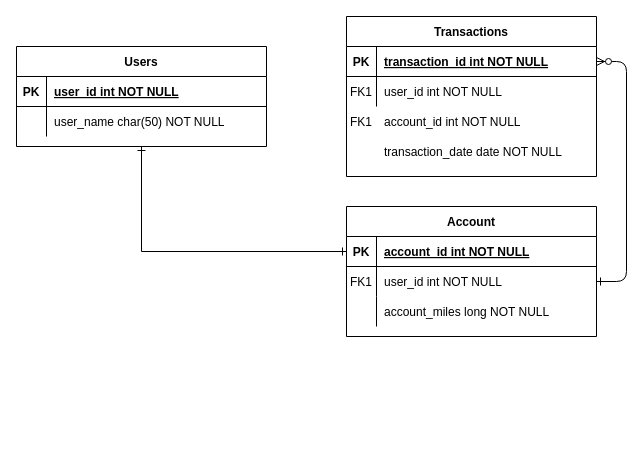
This is Account_System_ERD.drawio from ElHefe3/Account-System, a draw.io file, before an edit. Source tidied: cells renumbered, new cells numbered last; positions are measured from the earlier drawing's top-left corner, leaving out a move shared by most shapes. Both pictures are drawn from the tidied source at 100%, with x=0, y=0 at pixel (16, 16).
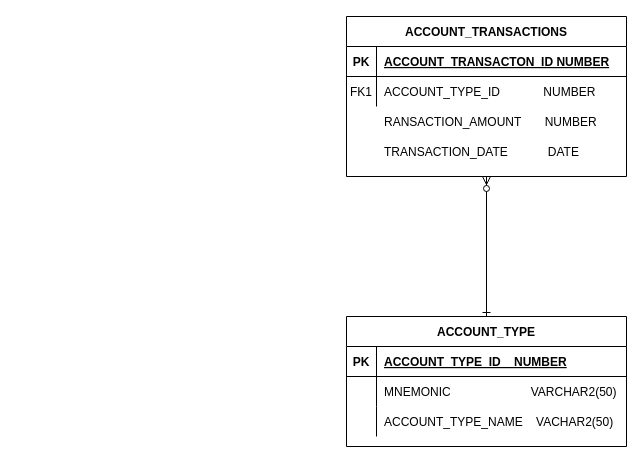
After the change.

Unchanged cells that the change refers to:
```xml
<mxCell id="27" style="shape=partialRectangle;fillColor=none;top=0;left=0;right=0;bottom=0;" parent="1" vertex="1">
  <mxGeometry x="330" y="90" width="250" height="30" as="geometry" />
</mxCell>
<mxCell id="30" style="shape=partialRectangle;fillColor=none;top=0;left=0;right=0;bottom=0;" parent="1" vertex="1">
  <mxGeometry x="330" y="120" width="250" height="30" as="geometry" />
</mxCell>
```

Change to the diagram source:
```diff
@@
-    <mxCell id="2" style="edgeStyle=entityRelationEdgeStyle;endArrow=ERone;startArrow=ERzeroToMany;endFill=0;startFill=1;" parent="1" edge="1" source="4" target="14">
-      <mxGeometry relative="1" as="geometry" />
-    </mxCell>
+    <mxCell id="34" style="edgeStyle=orthogonalEdgeStyle;rounded=0;jettySize=auto;html=1;fontColor=#33FF33;startArrow=ERzeroToMany;startFill=1;endArrow=ERone;endFill=0;" parent="1" edge="1" source="3" target="10">
+      <mxGeometry relative="1" as="geometry" />
+    </mxCell>
-    <mxCell id="3" value="Transactions" style="shape=table;startSize=30;childLayout=tableLayout;rowLines=0;fontStyle=1;align=center;" parent="1" vertex="1">
-      <mxGeometry x="330" width="250" height="160" as="geometry" />
+    <mxCell id="3" value="ACCOUNT_TRANSACTIONS" style="shape=table;startSize=30;childLayout=tableLayout;rowLines=0;fontStyle=1;align=center;" parent="1" vertex="1">
+      <mxGeometry x="330" width="280" height="160" as="geometry" />
     </mxCell>
     <mxCell id="4" style="shape=partialRectangle;fillColor=none;points=[[0,0.5],[1,0.5]];portConstraint=eastwest;top=0;left=0;right=0;bottom=1;" parent="3" vertex="1">
-      <mxGeometry y="30" width="250" height="30" as="geometry" />
+      <mxGeometry y="30" width="280" height="30" as="geometry" />
     </mxCell>
@@
-    <mxCell id="6" value="transaction_id int NOT NULL " style="shape=partialRectangle;overflow=hidden;fillColor=none;top=0;left=0;bottom=0;right=0;align=left;spacingLeft=6;fontStyle=5;" parent="4" vertex="1">
-      <mxGeometry x="30" width="220" height="30" as="geometry" />
+    <mxCell id="6" value="ACCOUNT_TRANSACTON_ID NUMBER" style="shape=partialRectangle;overflow=hidden;fillColor=none;top=0;left=0;bottom=0;right=0;align=left;spacingLeft=6;fontStyle=5;strokeColor=#33FF33;" parent="4" vertex="1">
+      <mxGeometry x="30" width="250" height="30" as="geometry" />
     </mxCell>
     <mxCell id="7" style="shape=partialRectangle;fillColor=none;top=0;left=0;right=0;bottom=0;" parent="3" vertex="1">
-      <mxGeometry y="60" width="250" height="30" as="geometry" />
+      <mxGeometry y="60" width="280" height="30" as="geometry" />
     </mxCell>
@@
-    <mxCell id="9" value="user_id int NOT NULL" style="shape=partialRectangle;overflow=hidden;fillColor=none;top=0;left=0;bottom=0;right=0;align=left;spacingLeft=6;" parent="7" vertex="1">
-      <mxGeometry x="30" width="220" height="30" as="geometry" />
+    <mxCell id="9" value="ACCOUNT_TYPE_ID             NUMBER" style="shape=partialRectangle;overflow=hidden;fillColor=none;top=0;left=0;bottom=0;right=0;align=left;spacingLeft=6;" parent="7" vertex="1">
+      <mxGeometry x="30" width="250" height="30" as="geometry" />
     </mxCell>
-    <mxCell id="10" value="Account" style="shape=table;startSize=30;childLayout=tableLayout;rowLines=0;fontStyle=1;align=center;" parent="1" vertex="1">
-      <mxGeometry x="330" y="190" width="250" height="130" as="geometry" />
+    <mxCell id="10" value="ACCOUNT_TYPE" style="shape=table;startSize=30;childLayout=tableLayout;rowLines=0;fontStyle=1;align=center;" parent="1" vertex="1">
+      <mxGeometry x="330" y="300" width="280" height="130" as="geometry" />
     </mxCell>
     <mxCell id="11" style="shape=partialRectangle;fillColor=none;points=[[0,0.5],[1,0.5]];portConstraint=eastwest;top=0;left=0;right=0;bottom=1;" parent="10" vertex="1">
-      <mxGeometry y="30" width="250" height="30" as="geometry" />
+      <mxGeometry y="30" width="280" height="30" as="geometry" />
     </mxCell>
@@
-    <mxCell id="13" value="account_id int NOT NULL " style="shape=partialRectangle;overflow=hidden;fillColor=none;top=0;left=0;bottom=0;right=0;align=left;spacingLeft=6;fontStyle=5;" parent="11" vertex="1">
-      <mxGeometry x="30" width="220" height="30" as="geometry" />
+    <mxCell id="13" value="ACCOUNT_TYPE_ID    NUMBER" style="shape=partialRectangle;overflow=hidden;fillColor=none;top=0;left=0;bottom=0;right=0;align=left;spacingLeft=6;fontStyle=5;" parent="11" vertex="1">
+      <mxGeometry x="30" width="250" height="30" as="geometry" />
     </mxCell>
     <mxCell id="14" style="shape=partialRectangle;fillColor=none;points=[[0,0.5],[1,0.5]];portConstraint=eastwest;top=0;left=0;right=0;bottom=0;" parent="10" vertex="1">
-      <mxGeometry y="60" width="250" height="30" as="geometry" />
+      <mxGeometry y="60" width="280" height="30" as="geometry" />
     </mxCell>
-    <mxCell id="15" value="FK1" style="shape=partialRectangle;overflow=hidden;fillColor=none;top=0;left=0;bottom=0;right=0;" parent="14" vertex="1">
+    <mxCell id="15" style="shape=partialRectangle;overflow=hidden;fillColor=none;top=0;left=0;bottom=0;right=0;" parent="14" vertex="1">
       <mxGeometry width="30" height="30" as="geometry" />
     </mxCell>
-    <mxCell id="16" value="user_id int NOT NULL" style="shape=partialRectangle;overflow=hidden;fillColor=none;top=0;left=0;bottom=0;right=0;align=left;spacingLeft=6;" parent="14" vertex="1">
-      <mxGeometry x="30" width="220" height="30" as="geometry" />
+    <mxCell id="16" value="MNEMONIC                        VARCHAR2(50)" style="shape=partialRectangle;overflow=hidden;fillColor=none;top=0;left=0;bottom=0;right=0;align=left;spacingLeft=6;" parent="14" vertex="1">
+      <mxGeometry x="30" width="250" height="30" as="geometry" />
     </mxCell>
     <mxCell id="17" style="shape=partialRectangle;fillColor=none;top=0;left=0;right=0;bottom=0;" parent="10" vertex="1">
-      <mxGeometry y="90" width="250" height="30" as="geometry" />
+      <mxGeometry y="90" width="280" height="30" as="geometry" />
     </mxCell>
@@
-    <mxCell id="19" value="account_miles long NOT NULL" style="shape=partialRectangle;overflow=hidden;fillColor=none;top=0;left=0;bottom=0;right=0;align=left;spacingLeft=6;" parent="17" vertex="1">
-      <mxGeometry x="30" width="220" height="30" as="geometry" />
+    <mxCell id="19" value="ACCOUNT_TYPE_NAME    VACHAR2(50)" style="shape=partialRectangle;overflow=hidden;fillColor=none;top=0;left=0;bottom=0;right=0;align=left;spacingLeft=6;" parent="17" vertex="1">
+      <mxGeometry x="30" width="250" height="30" as="geometry" />
     </mxCell>
-    <mxCell id="20" value="Users" style="shape=table;startSize=30;childLayout=tableLayout;rowLines=0;fontStyle=1;align=center;" parent="1" vertex="1">
-      <mxGeometry y="30" width="250" height="100" as="geometry" />
-    </mxCell>
-    <mxCell id="21" style="shape=partialRectangle;fillColor=none;top=0;left=0;right=0;bottom=1;" parent="20" vertex="1">
-      <mxGeometry y="30" width="250" height="30" as="geometry" />
-    </mxCell>
-    <mxCell id="22" value="PK" style="shape=partialRectangle;overflow=hidden;fillColor=none;top=0;left=0;bottom=0;right=0;fontStyle=1;" parent="21" vertex="1">
-      <mxGeometry width="30" height="30" as="geometry" />
-    </mxCell>
-    <mxCell id="23" value="user_id int NOT NULL " style="shape=partialRectangle;overflow=hidden;fillColor=none;top=0;left=0;bottom=0;right=0;align=left;spacingLeft=6;fontStyle=5;" parent="21" vertex="1">
-      <mxGeometry x="30" width="220" height="30" as="geometry" />
-    </mxCell>
-    <mxCell id="24" style="shape=partialRectangle;fillColor=none;top=0;left=0;right=0;bottom=0;" parent="20" vertex="1">
-      <mxGeometry y="60" width="250" height="30" as="geometry" />
-    </mxCell>
-    <mxCell id="25" style="shape=partialRectangle;overflow=hidden;fillColor=none;top=0;left=0;bottom=0;right=0;" parent="24" vertex="1">
-      <mxGeometry width="30" height="30" as="geometry" />
-    </mxCell>
-    <mxCell id="26" value="user_name char(50) NOT NULL" style="shape=partialRectangle;overflow=hidden;fillColor=none;top=0;left=0;bottom=0;right=0;align=left;spacingLeft=6;" parent="24" vertex="1">
-      <mxGeometry x="30" width="220" height="30" as="geometry" />
-    </mxCell>
@@
-    <mxCell id="28" value="FK1" style="shape=partialRectangle;overflow=hidden;fillColor=none;top=0;left=0;bottom=0;right=0;" parent="27" vertex="1">
+    <mxCell id="28" style="shape=partialRectangle;overflow=hidden;fillColor=none;top=0;left=0;bottom=0;right=0;" parent="27" vertex="1">
       <mxGeometry width="30" height="30" as="geometry" />
     </mxCell>
-    <mxCell id="29" value="account_id int NOT NULL" style="shape=partialRectangle;overflow=hidden;fillColor=none;top=0;left=0;bottom=0;right=0;align=left;spacingLeft=6;" parent="27" vertex="1">
+    <mxCell id="29" value="RANSACTION_AMOUNT       NUMBER" style="shape=partialRectangle;overflow=hidden;fillColor=none;top=0;left=0;bottom=0;right=0;align=left;spacingLeft=6;" parent="27" vertex="1">
       <mxGeometry x="30" width="220" height="30" as="geometry" />
     </mxCell>
@@
-    <mxCell id="32" value="transaction_date date NOT NULL" style="shape=partialRectangle;overflow=hidden;fillColor=none;top=0;left=0;bottom=0;right=0;align=left;spacingLeft=6;" parent="30" vertex="1">
+    <mxCell id="32" value="TRANSACTION_DATE            DATE" style="shape=partialRectangle;overflow=hidden;fillColor=none;top=0;left=0;bottom=0;right=0;align=left;spacingLeft=6;" parent="30" vertex="1">
       <mxGeometry x="30" width="220" height="30" as="geometry" />
     </mxCell>
-    <mxCell id="33" style="edgeStyle=orthogonalEdgeStyle;rounded=0;jettySize=auto;html=1;entryX=0.5;entryY=1;entryDx=0;entryDy=0;startArrow=ERone;startFill=0;endArrow=ERone;endFill=0;" parent="1" edge="1" source="11" target="20">
-      <mxGeometry relative="1" as="geometry" />
-    </mxCell>
```
